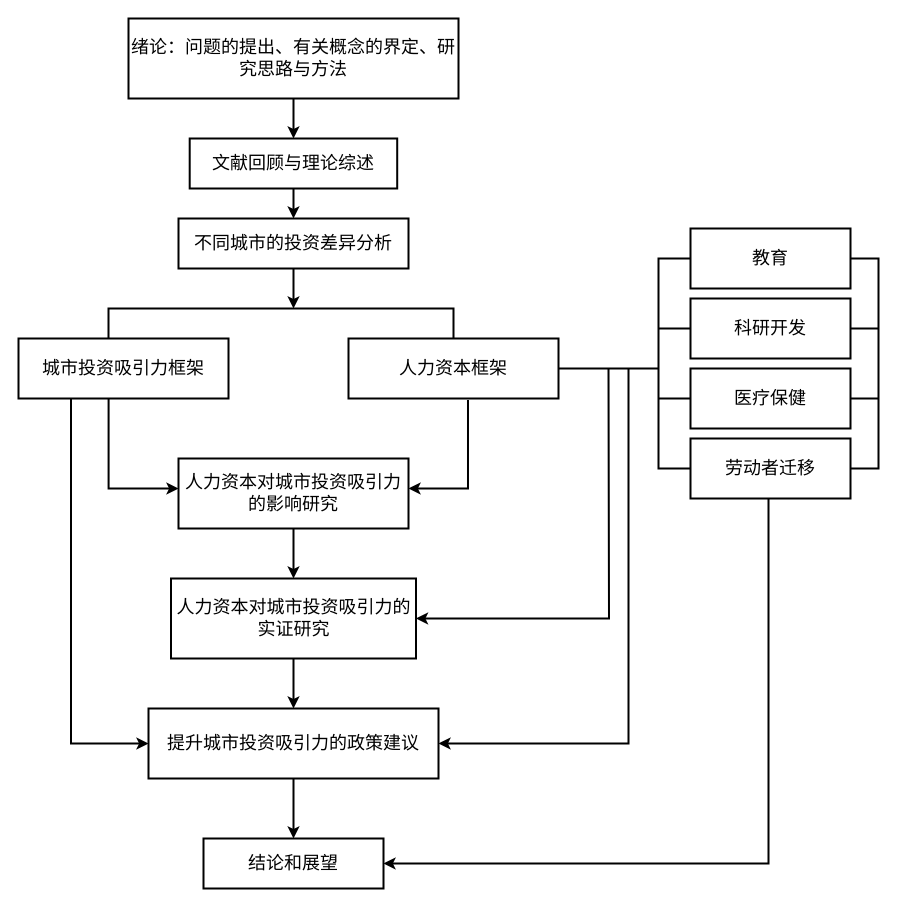
Above: 未命名绘图.drawio in xsl11/HelloWorld (draw.io), before the change. Source tidied: cells renumbered, new cells numbered last; positions are measured from the earlier drawing's top-left corner, leaving out a move shared by most shapes. Both pictures are drawn from the tidied source at 100%, with x=0, y=0 at pixel (18, 18).
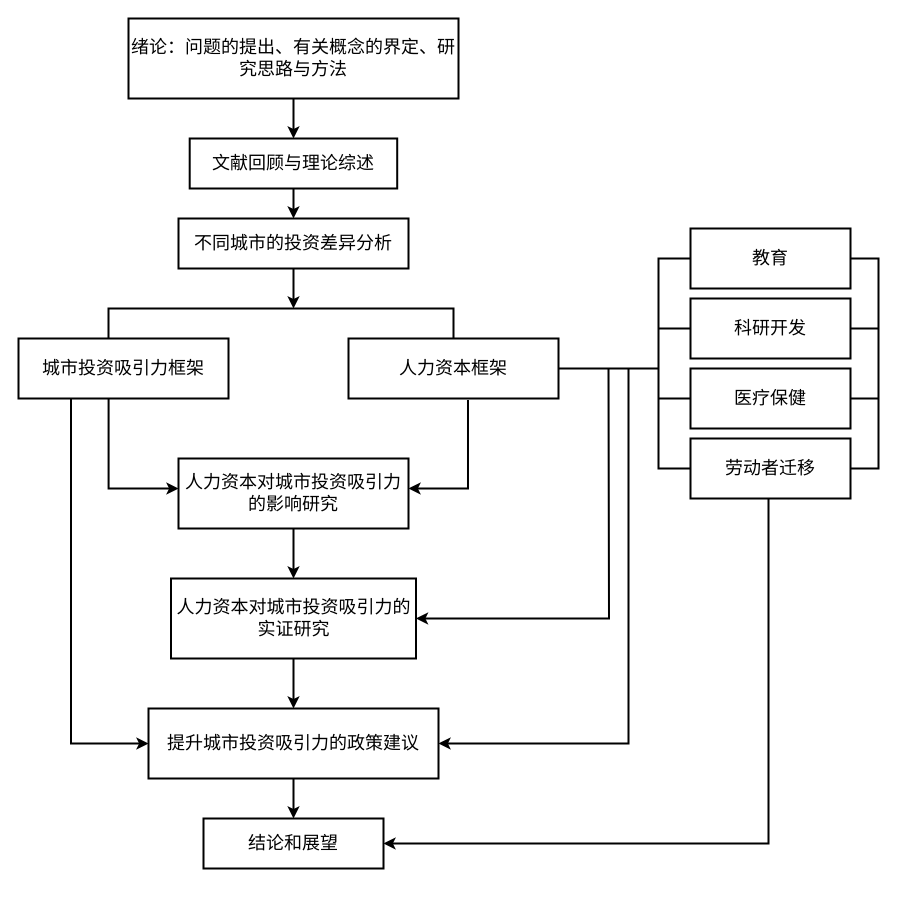
After the change.

Commit message:
更新未命名绘图.drawio

Unchanged cells that the change refers to:
```xml
<mxCell id="32" value="劳动者迁移" style="rounded=0;whiteSpace=wrap;html=1;strokeWidth=2;fontSize=18;" parent="1" vertex="1">
  <mxGeometry x="672" y="420" width="160" height="60" as="geometry" />
</mxCell>
```

The edit, as a diff of the source:
```diff
@@
     <mxCell id="21" value="结论和展望" style="rounded=0;whiteSpace=wrap;html=1;strokeWidth=2;fontSize=18;" parent="1" vertex="1">
-      <mxGeometry x="185" y="820" width="180" height="50" as="geometry" />
+      <mxGeometry x="185" y="800" width="180" height="50" as="geometry" />
     </mxCell>
@@
-    <mxCell id="31" style="edgeStyle=orthogonalEdgeStyle;rounded=0;jettySize=auto;html=1;entryX=1;entryY=0.5;entryDx=0;entryDy=0;startArrow=none;startFill=0;endArrow=classic;endFill=1;strokeWidth=2;fontSize=18;" parent="1" edge="1" source="32" target="21">
+    <mxCell id="31" style="edgeStyle=orthogonalEdgeStyle;rounded=0;jettySize=auto;html=1;entryX=1;entryY=0.5;entryDx=0;entryDy=0;strokeWidth=2;fontSize=18;startArrow=none;startFill=0;endArrow=classic;endFill=1;" parent="1" edge="1" source="32" target="21">
       <mxGeometry relative="1" as="geometry">
         <Array as="points">
-          <mxPoint x="750" y="845" />
+          <mxPoint x="750" y="825" />
         </Array>
       </mxGeometry>
     </mxCell>
```
